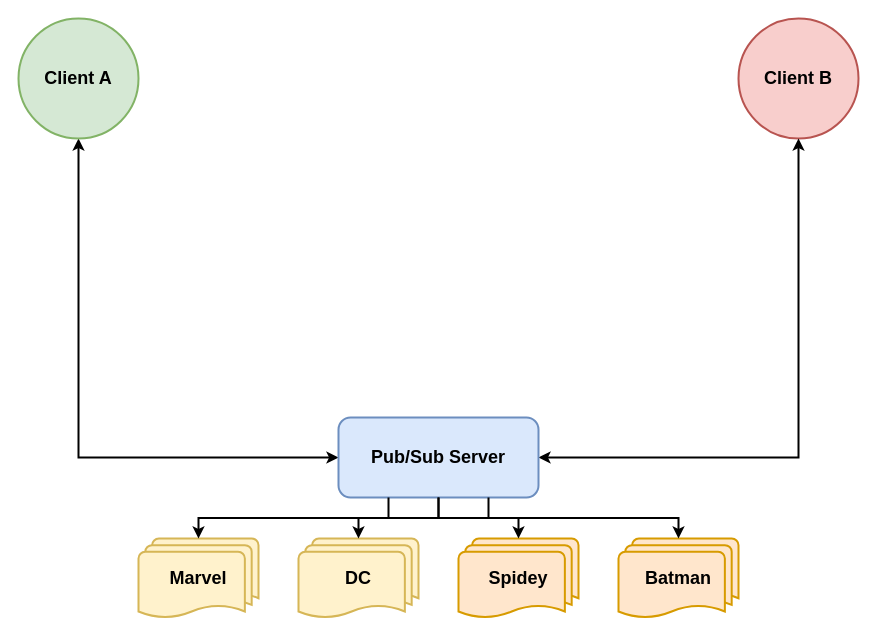
The draw.io diagram static/img/project02-pubsub-blank.drawio in EvanWND/nd-cse-30341-fa26.github.io, before the edit. Source tidied: cells renumbered, new cells numbered last; positions are measured from the earlier drawing's top-left corner, leaving out a move shared by most shapes. Both pictures are drawn from the tidied source at 100%, with x=0, y=0 at pixel (18, 18).
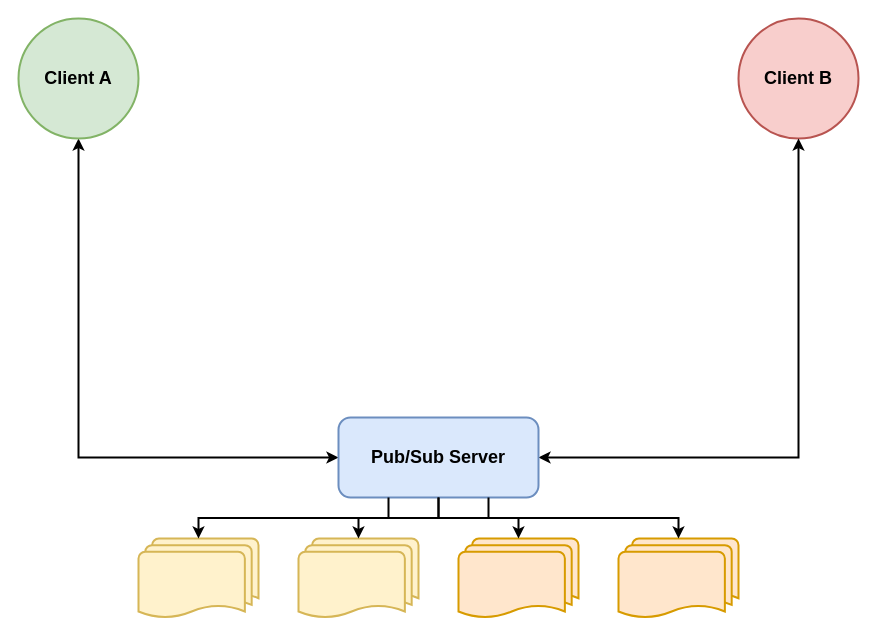
The same page after the edit.

The edit, as a diff of the source:
```diff
@@
 <mxGraphModel>
   <root>
     <mxCell id="0" />
     <mxCell id="1" parent="0" />
     <mxCell id="2" style="edgeStyle=orthogonalEdgeStyle;rounded=0;jettySize=auto;html=1;exitX=0.5;exitY=1;exitDx=0;exitDy=0;entryX=0;entryY=0.5;entryDx=0;entryDy=0;strokeWidth=2;startArrow=classic;startFill=1;" parent="1" edge="1" source="3" target="6">
       <mxGeometry relative="1" as="geometry" />
     </mxCell>
     <mxCell id="3" value="&lt;font face=&quot;JetBrains Mono&quot; style=&quot;font-size: 18px;&quot;&gt;&lt;b&gt;Client A&lt;/b&gt;&lt;/font&gt;" style="ellipse;whiteSpace=wrap;html=1;fillColor=#d5e8d4;strokeColor=#82b366;strokeWidth=2;" parent="1" vertex="1">
       <mxGeometry width="120" height="120" as="geometry" />
     </mxCell>
     <mxCell id="4" value="&lt;b&gt;&lt;font face=&quot;JetBrains Mono&quot; style=&quot;font-size: 18px;&quot;&gt;Client B&lt;/font&gt;&lt;/b&gt;" style="ellipse;whiteSpace=wrap;html=1;fillColor=#f8cecc;strokeColor=#b85450;strokeWidth=2;" parent="1" vertex="1">
       <mxGeometry x="720" width="120" height="120" as="geometry" />
     </mxCell>
     <mxCell id="5" style="edgeStyle=orthogonalEdgeStyle;rounded=0;jettySize=auto;html=1;exitX=1;exitY=0.5;exitDx=0;exitDy=0;entryX=0.5;entryY=1;entryDx=0;entryDy=0;strokeWidth=2;startArrow=classic;startFill=1;" parent="1" edge="1" source="6" target="4">
       <mxGeometry relative="1" as="geometry" />
     </mxCell>
     <mxCell id="6" value="&lt;b&gt;&lt;font style=&quot;font-size: 18px;&quot; face=&quot;JetBrains Mono&quot;&gt;Pub/Sub Server&lt;/font&gt;&lt;/b&gt;" style="rounded=1;whiteSpace=wrap;html=1;fillColor=#dae8fc;strokeColor=#6c8ebf;strokeWidth=2;" parent="1" vertex="1">
       <mxGeometry x="320" y="399" width="200" height="80" as="geometry" />
     </mxCell>
-    <mxCell id="7" value="&lt;b&gt;&lt;font face=&quot;JetBrains Mono&quot; style=&quot;font-size: 18px;&quot;&gt;Marvel&lt;/font&gt;&lt;/b&gt;" style="strokeWidth=2;html=1;shape=mxgraph.flowchart.multi-document;whiteSpace=wrap;boundedLbl=1;fillColor=#fff2cc;strokeColor=#d6b656;" parent="1" vertex="1">
+    <mxCell id="7" style="strokeWidth=2;html=1;shape=mxgraph.flowchart.multi-document;whiteSpace=wrap;boundedLbl=1;fillColor=#fff2cc;strokeColor=#d6b656;" parent="1" vertex="1">
       <mxGeometry x="120" y="520" width="120" height="80" as="geometry" />
     </mxCell>
-    <mxCell id="8" value="&lt;b&gt;&lt;font face=&quot;JetBrains Mono&quot; style=&quot;font-size: 18px;&quot;&gt;DC&lt;/font&gt;&lt;/b&gt;" style="strokeWidth=2;html=1;shape=mxgraph.flowchart.multi-document;whiteSpace=wrap;boundedLbl=1;fillColor=#fff2cc;strokeColor=#d6b656;" parent="1" vertex="1">
+    <mxCell id="8" style="strokeWidth=2;html=1;shape=mxgraph.flowchart.multi-document;whiteSpace=wrap;boundedLbl=1;fillColor=#fff2cc;strokeColor=#d6b656;" parent="1" vertex="1">
       <mxGeometry x="280" y="520" width="120" height="80" as="geometry" />
     </mxCell>
-    <mxCell id="9" value="&lt;b&gt;&lt;font face=&quot;JetBrains Mono&quot; style=&quot;font-size: 18px;&quot;&gt;Spidey&lt;/font&gt;&lt;/b&gt;" style="strokeWidth=2;html=1;shape=mxgraph.flowchart.multi-document;whiteSpace=wrap;boundedLbl=1;fillColor=#ffe6cc;strokeColor=#d79b00;" parent="1" vertex="1">
+    <mxCell id="9" style="strokeWidth=2;html=1;shape=mxgraph.flowchart.multi-document;whiteSpace=wrap;boundedLbl=1;fillColor=#ffe6cc;strokeColor=#d79b00;" parent="1" vertex="1">
       <mxGeometry x="440" y="520" width="120" height="80" as="geometry" />
     </mxCell>
-    <mxCell id="10" value="&lt;b&gt;&lt;font face=&quot;JetBrains Mono&quot; style=&quot;font-size: 18px;&quot;&gt;Batman&lt;/font&gt;&lt;/b&gt;" style="strokeWidth=2;html=1;shape=mxgraph.flowchart.multi-document;whiteSpace=wrap;boundedLbl=1;fillColor=#ffe6cc;strokeColor=#d79b00;" parent="1" vertex="1">
+    <mxCell id="10" style="strokeWidth=2;html=1;shape=mxgraph.flowchart.multi-document;whiteSpace=wrap;boundedLbl=1;fillColor=#ffe6cc;strokeColor=#d79b00;" parent="1" vertex="1">
       <mxGeometry x="600" y="520" width="120" height="80" as="geometry" />
     </mxCell>
     <mxCell id="11" style="edgeStyle=orthogonalEdgeStyle;rounded=0;jettySize=auto;html=1;exitX=0.25;exitY=1;exitDx=0;exitDy=0;entryX=0.5;entryY=0;entryDx=0;entryDy=0;entryPerimeter=0;strokeWidth=2;" parent="1" edge="1" source="6" target="7">
       <mxGeometry relative="1" as="geometry" />
     </mxCell>
     <mxCell id="12" style="edgeStyle=orthogonalEdgeStyle;rounded=0;jettySize=auto;html=1;exitX=0.75;exitY=1;exitDx=0;exitDy=0;entryX=0.5;entryY=0;entryDx=0;entryDy=0;entryPerimeter=0;strokeWidth=2;" parent="1" edge="1" source="6" target="10">
       <mxGeometry relative="1" as="geometry" />
     </mxCell>
     <mxCell id="13" style="edgeStyle=orthogonalEdgeStyle;rounded=0;jettySize=auto;html=1;exitX=0.5;exitY=1;exitDx=0;exitDy=0;entryX=0.5;entryY=0;entryDx=0;entryDy=0;entryPerimeter=0;strokeWidth=2;" parent="1" edge="1" source="6" target="8">
       <mxGeometry relative="1" as="geometry" />
     </mxCell>
     <mxCell id="14" style="edgeStyle=orthogonalEdgeStyle;rounded=0;jettySize=auto;html=1;exitX=0.5;exitY=1;exitDx=0;exitDy=0;entryX=0.5;entryY=0;entryDx=0;entryDy=0;entryPerimeter=0;strokeWidth=2;" parent="1" edge="1" source="6" target="9">
       <mxGeometry relative="1" as="geometry" />
     </mxCell>
   </root>
 </mxGraphModel>
```
